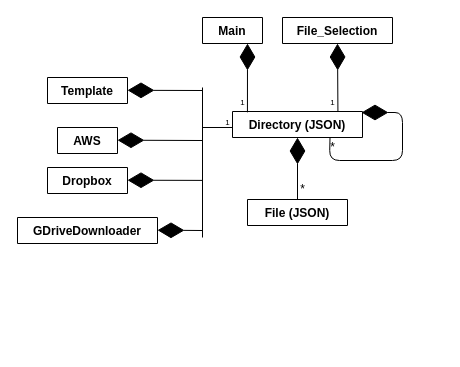
Above: Docs/Design/draw.io/all2.drawio in Captain-Cybeard/Capstone_Project (draw.io), before the change. Source tidied: cells renumbered, new cells numbered last; positions are measured from the earlier drawing's top-left corner, leaving out a move shared by most shapes. Both pictures are drawn from the tidied source at 100%, with x=0, y=0 at pixel (17, 17).
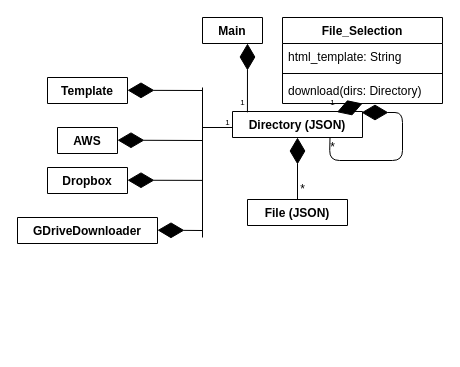
Above is the later version.

The edit, as a diff of the source:
```diff
@@
-    <mxCell id="10" value="File_Selection" style="swimlane;fontStyle=1;align=center;verticalAlign=top;horizontal=1;startSize=26;" parent="1" vertex="1" collapsed="1">
-      <mxGeometry x="265" width="110" height="26" as="geometry" />
+    <mxCell id="10" value="File_Selection" style="swimlane;fontStyle=1;align=center;verticalAlign=top;horizontal=1;startSize=26;" parent="1" vertex="1">
+      <mxGeometry x="265" width="160" height="86" as="geometry" />
     </mxCell>
+    <mxCell id="26" value="html_template: String" style="text;strokeColor=none;fillColor=none;align=left;verticalAlign=top;spacingLeft=4;spacingRight=4;overflow=hidden;" parent="10" vertex="1">
+      <mxGeometry y="26" width="160" height="26" as="geometry" />
+    </mxCell>
+    <mxCell id="27" style="line;strokeWidth=1;fillColor=none;align=left;verticalAlign=middle;spacingTop=-1;spacingLeft=3;spacingRight=3;labelPosition=right;" parent="10" vertex="1">
+      <mxGeometry y="52" width="160" height="8" as="geometry" />
+    </mxCell>
+    <mxCell id="28" value="download(dirs: Directory)" style="text;strokeColor=none;fillColor=none;align=left;verticalAlign=top;spacingLeft=4;spacingRight=4;overflow=hidden;" parent="10" vertex="1">
+      <mxGeometry y="60" width="160" height="26" as="geometry" />
+    </mxCell>
```
